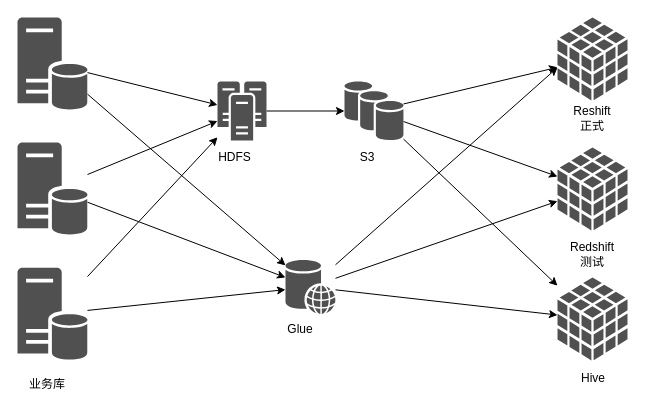
wangbin2188/draw keeps this draw.io diagram as page "Architecture" (3 of 4) of 数据同步范畴.drawio. Above is the earlier version. Source tidied: cells renumbered, new cells numbered last; positions are measured from the earlier drawing's top-left corner, leaving out a move shared by most shapes. Both pictures are drawn from the tidied source at 100%, with x=0, y=0 at pixel (17, 17).
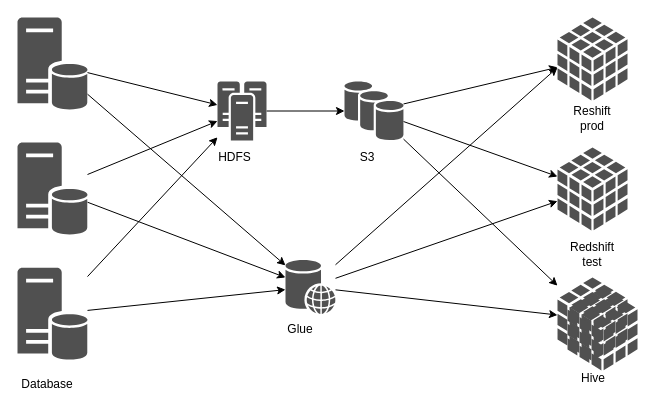
The same diagram, later.

Diff of the diagram source:
```diff
@@
-    <mxCell id="24" value="业务库" style="text;html=1;strokeColor=none;fillColor=none;align=center;verticalAlign=middle;whiteSpace=wrap;rounded=0;" parent="1" vertex="1">
+    <mxCell id="24" value="Database" style="text;html=1;strokeColor=none;fillColor=none;align=center;verticalAlign=middle;whiteSpace=wrap;rounded=0;" parent="1" vertex="1">
       <mxGeometry y="357" width="60" height="20" as="geometry" />
     </mxCell>
@@
-    <mxCell id="28" value="Reshift正式" style="text;html=1;strokeColor=none;fillColor=none;align=center;verticalAlign=middle;whiteSpace=wrap;rounded=0;" parent="1" vertex="1">
+    <mxCell id="28" value="Reshift&lt;br&gt;prod" style="text;html=1;strokeColor=none;fillColor=none;align=center;verticalAlign=middle;whiteSpace=wrap;rounded=0;" parent="1" vertex="1">
       <mxGeometry x="555" y="91" width="40" height="20" as="geometry" />
     </mxCell>
-    <mxCell id="29" value="Redshift测试" style="text;html=1;strokeColor=none;fillColor=none;align=center;verticalAlign=middle;whiteSpace=wrap;rounded=0;" parent="1" vertex="1">
+    <mxCell id="29" value="Redshift&lt;br&gt;test" style="text;html=1;strokeColor=none;fillColor=none;align=center;verticalAlign=middle;whiteSpace=wrap;rounded=0;" parent="1" vertex="1">
       <mxGeometry x="555" y="227" width="40" height="20" as="geometry" />
     </mxCell>
@@
+    <mxCell id="31" style="shadow=0;dashed=0;html=1;strokeColor=none;fillColor=#505050;labelPosition=center;verticalLabelPosition=bottom;verticalAlign=top;align=center;shape=mxgraph.office.databases.database_cube;" parent="1" vertex="1">
+      <mxGeometry x="550" y="270" width="70" height="83" as="geometry" />
+    </mxCell>
```
